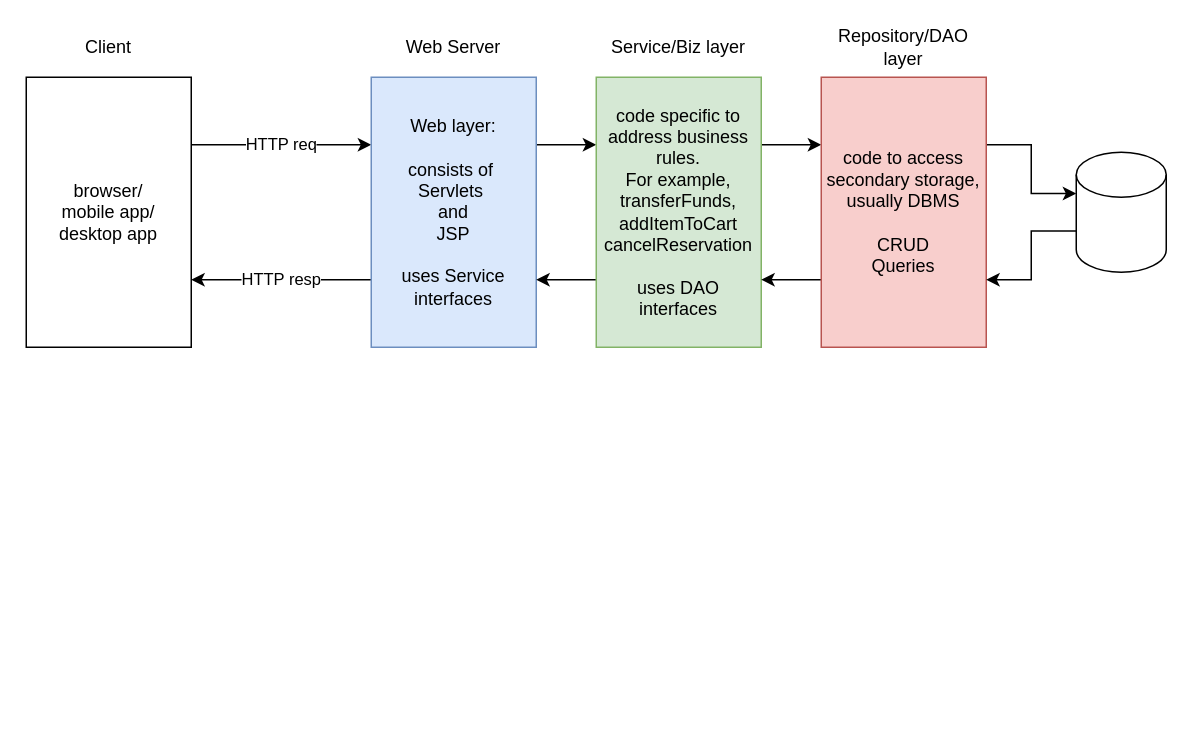
This is classroom-demo/day-07/jpa-demo/concepts.dio from vaishnavirk/SAPIENT-ASDE-JUNE-2021, a draw.io file, before an edit. Source tidied: cells renumbered, new cells numbered last; positions are measured from the earlier drawing's top-left corner, leaving out a move shared by most shapes. Both pictures are drawn from the tidied source at 150%, with x=0, y=0 at pixel (26, 32).
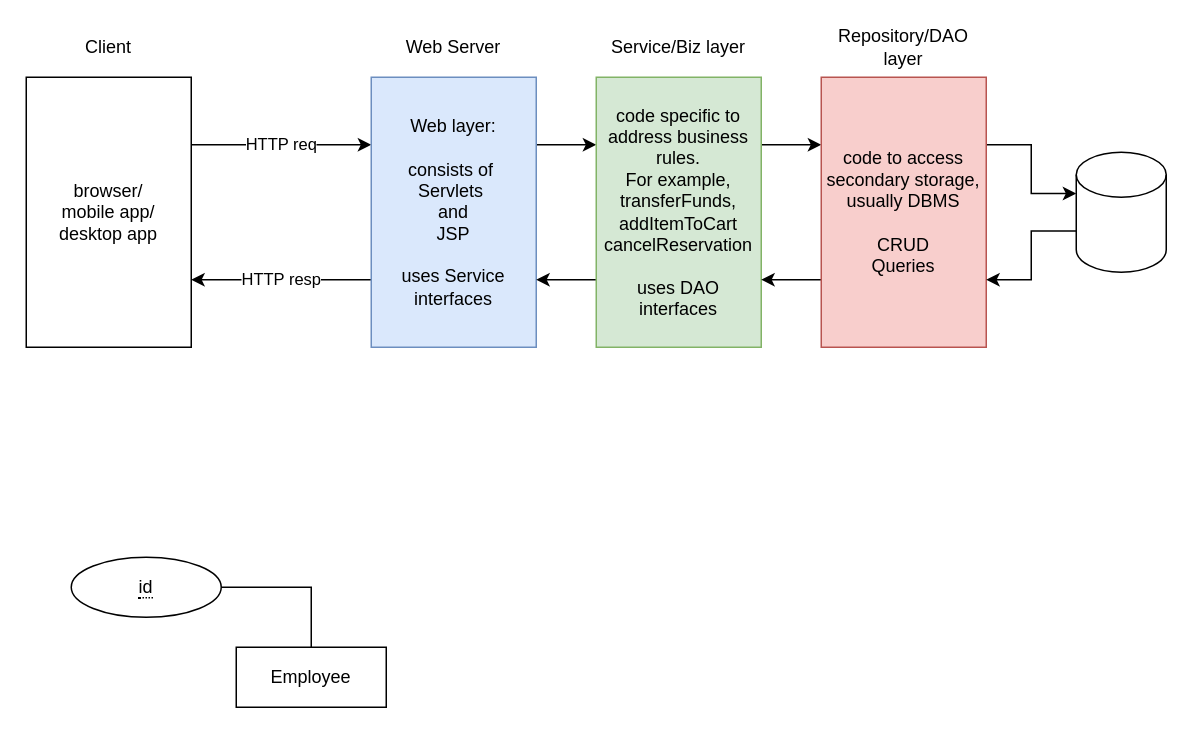
The same page after the edit.

Diff of the diagram source:
```diff
@@
+    <mxCell id="19" value="Employee" style="whiteSpace=wrap;html=1;align=center;" parent="1" vertex="1">
+      <mxGeometry x="140" y="410" width="100" height="40" as="geometry" />
+    </mxCell>
+    <mxCell id="20" style="edgeStyle=orthogonalEdgeStyle;rounded=0;jettySize=auto;html=1;exitX=1;exitY=0.5;exitDx=0;exitDy=0;endArrow=none;endFill=0;" parent="1" edge="1" source="21" target="19">
+      <mxGeometry relative="1" as="geometry" />
+    </mxCell>
+    <mxCell id="21" value="&lt;span style=&quot;border-bottom: 1px dotted&quot;&gt;id&lt;/span&gt;" style="ellipse;whiteSpace=wrap;html=1;align=center;" parent="1" vertex="1">
+      <mxGeometry x="30" y="350" width="100" height="40" as="geometry" />
+    </mxCell>
```
